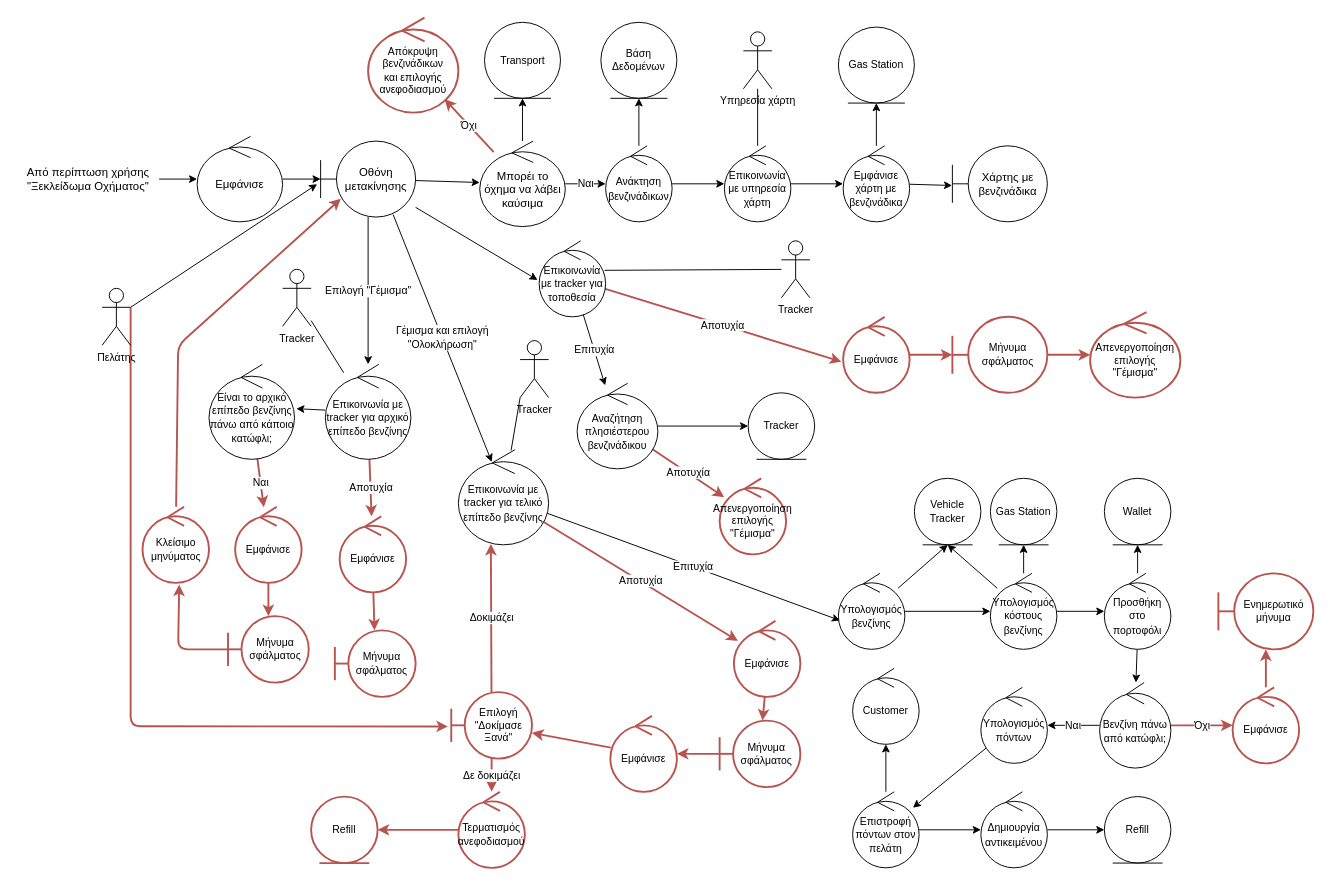
The draw.io diagram Part_2/Robustness/diagrams/13_Ανεφοδιασμός_Οχήματος.drawio in Nikolis2002/texnoligia_logismikou, before the edit. Source tidied: cells renumbered, new cells numbered last; positions are measured from the earlier drawing's top-left corner, leaving out a move shared by most shapes. Both pictures are drawn from the tidied source at 95%, with x=0, y=0 at pixel (16, 17).
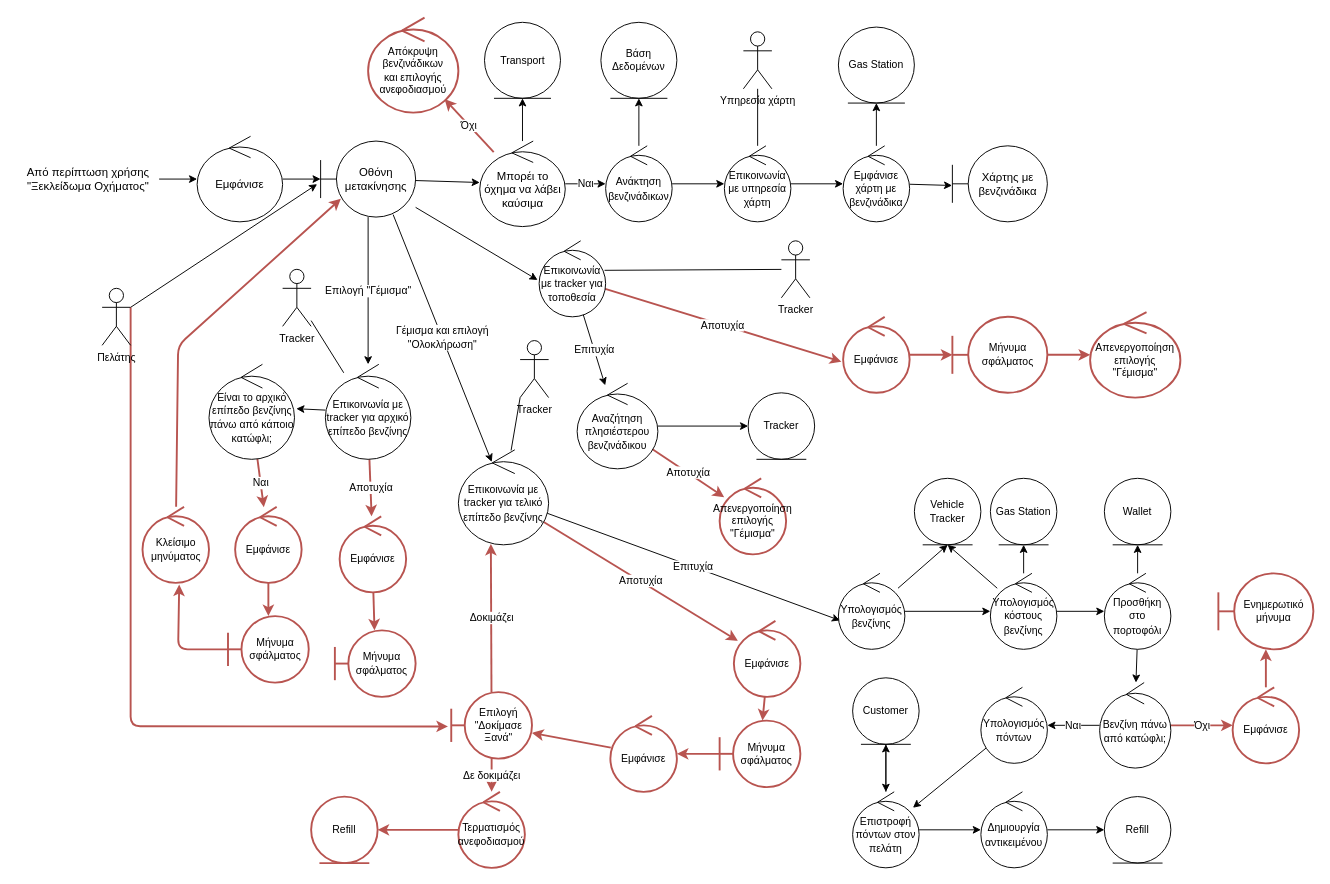
After the change.

Unchanged cells that the change refers to:
```xml
<mxCell id="84" value="&lt;span style=&quot;font-size: 11px;&quot;&gt;Επιστροφή πόντων στον πελάτη&lt;/span&gt;" style="ellipse;shape=umlControl;whiteSpace=wrap;html=1;" parent="1" vertex="1">
  <mxGeometry x="880" y="815" width="70" height="80" as="geometry" />
</mxCell>
```

The edit, as a diff of the source:
```diff
@@
-    <mxCell id="82" style="edgeStyle=none;html=1;" parent="1" edge="1" source="84" target="85">
-      <mxGeometry relative="1" as="geometry" />
+    <mxCell id="82" style="edgeStyle=none;html=1;" parent="1" edge="1" source="84">
+      <mxGeometry relative="1" as="geometry">
+        <mxPoint x="915" y="765" as="targetPoint" />
+      </mxGeometry>
     </mxCell>
@@
-    <mxCell id="85" value="&lt;span style=&quot;font-size: 11px;&quot;&gt;Customer&lt;/span&gt;" style="ellipse;shape=umlControl;whiteSpace=wrap;html=1;" parent="1" vertex="1">
-      <mxGeometry x="880" y="685" width="70" height="80" as="geometry" />
-    </mxCell>
@@
+    <mxCell id="109" style="edgeStyle=none;html=1;endArrow=classic;endFill=1;exitX=0.5;exitY=1;exitDx=0;exitDy=0;" parent="1" edge="1" source="85" target="84">
+      <mxGeometry relative="1" as="geometry" />
+    </mxCell>
+    <mxCell id="85" value="Customer" style="ellipse;shape=umlEntity;whiteSpace=wrap;html=1;fontSize=11;" parent="1" vertex="1">
+      <mxGeometry x="880" y="695" width="70" height="70" as="geometry" />
+    </mxCell>
```
